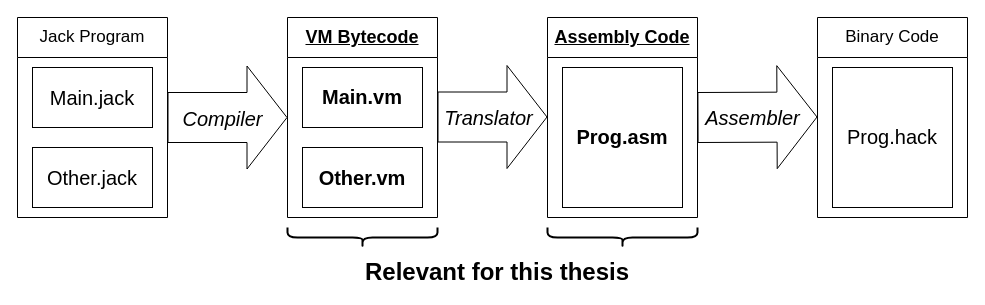
Earlier version of the draw.io diagram thesis/fig/hack-pipeline.drawio (Funkschy/nand-to-browser). Source tidied: cells renumbered, new cells numbered last; positions are measured from the earlier drawing's top-left corner, leaving out a move shared by most shapes. Both pictures are drawn from the tidied source at 100%, with x=0, y=0 at pixel (17, 17).
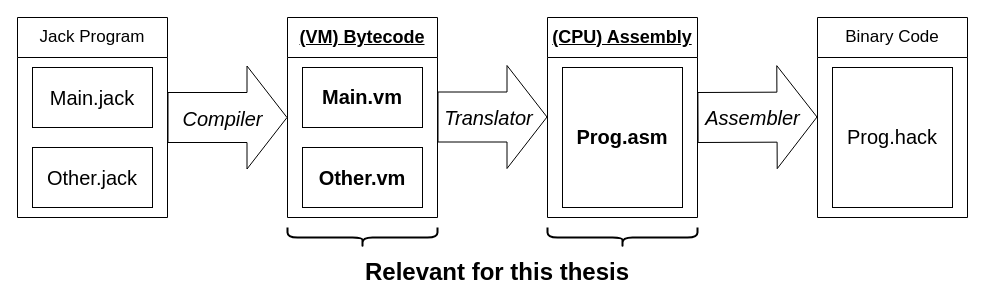
The same page after the edit.

The edit, as a diff of the source:
```diff
@@
-    <mxCell id="11" value="VM Bytecode" style="swimlane;whiteSpace=wrap;html=1;fontSize=18;startSize=40;fontStyle=5;" parent="1" vertex="1">
+    <mxCell id="11" value="(VM) Bytecode" style="swimlane;whiteSpace=wrap;html=1;fontSize=18;startSize=40;fontStyle=5;" parent="1" vertex="1">
       <mxGeometry x="270" width="150" height="200" as="geometry" />
     </mxCell>
@@
-    <mxCell id="14" value="Assembly Code" style="swimlane;whiteSpace=wrap;html=1;fontSize=18;startSize=40;fontStyle=5;" parent="1" vertex="1">
+    <mxCell id="14" value="(CPU) Assembly " style="swimlane;whiteSpace=wrap;html=1;fontSize=18;startSize=40;fontStyle=5;" parent="1" vertex="1">
       <mxGeometry x="530" width="150" height="200" as="geometry" />
     </mxCell>
```
